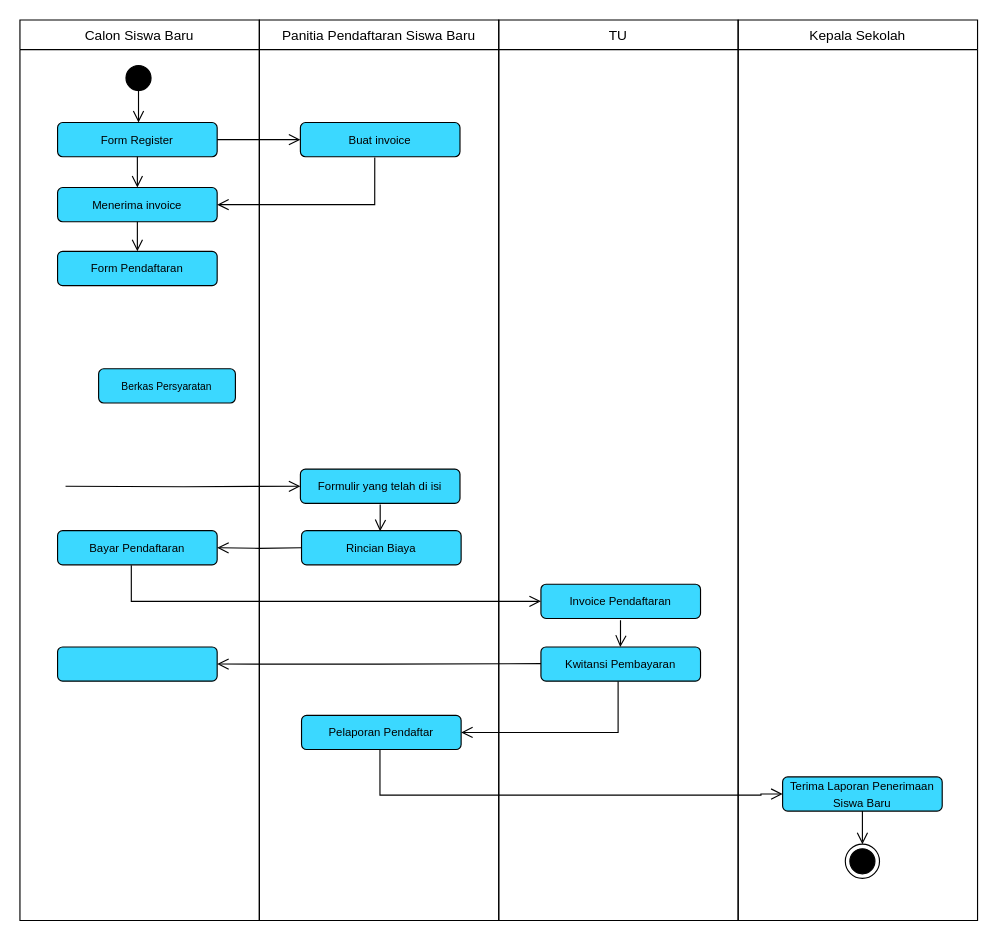
This is diagram activity baru.drawio from danangsptro/register-vhs, a draw.io file, before an edit. Source tidied: cells renumbered, new cells numbered last; positions are measured from the earlier drawing's top-left corner, leaving out a move shared by most shapes. Both pictures are drawn from the tidied source at 114%, with x=0, y=0 at pixel (19, 19).
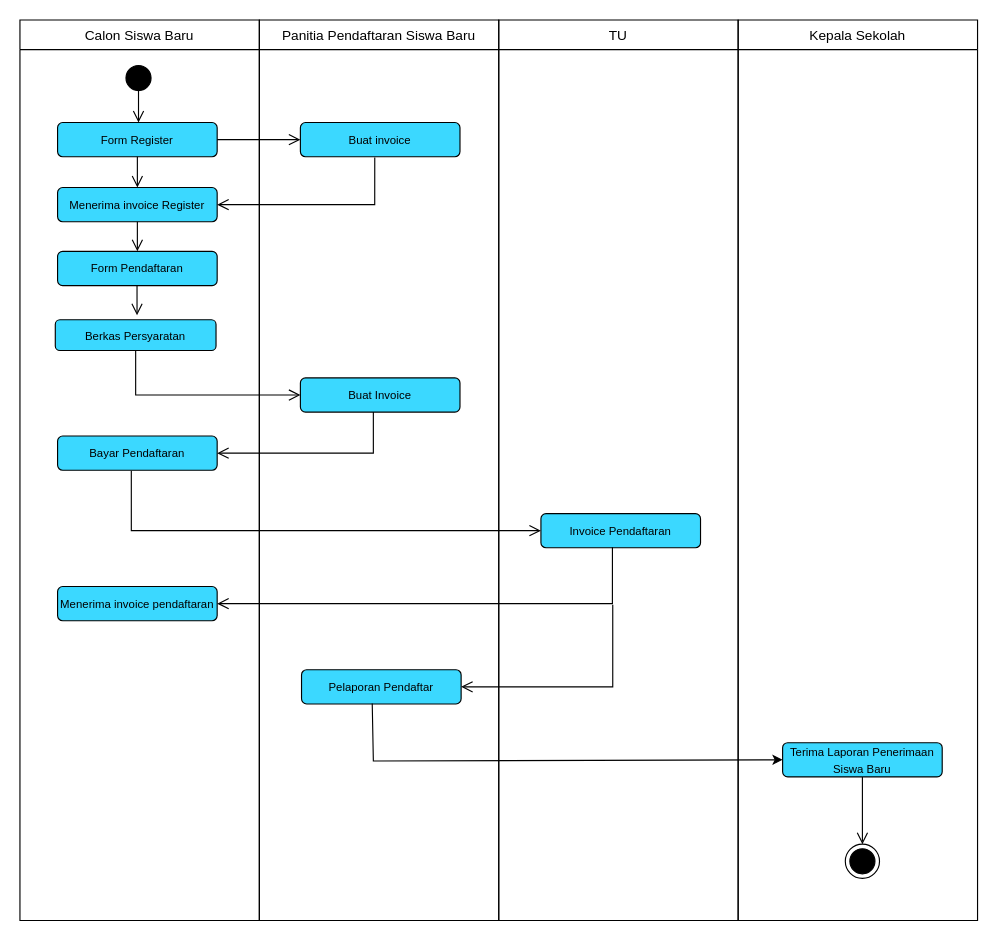
The same diagram, later.

Unchanged cells that the change refers to:
```xml
<mxCell id="2" value="Calon Siswa Baru" style="swimlane;fontStyle=0;horizontal=1;startSize=26;fillColor=none;" parent="1" vertex="1">
  <mxGeometry width="210" height="790" as="geometry" />
</mxCell>
<mxCell id="7" value="TU" style="swimlane;fontStyle=0;horizontal=1;startSize=26;fillColor=none;" parent="1" vertex="1">
  <mxGeometry x="420" width="210" height="790" as="geometry" />
</mxCell>
```

Change to the diagram source:
```diff
@@
+    <mxCell id="35" style="edgeStyle=orthogonalEdgeStyle;html=1;verticalAlign=bottom;endArrow=open;endSize=8;strokeColor=#000000;rounded=0;entryX=0.5;entryY=0;entryDx=0;entryDy=0;exitX=0.5;exitY=1;exitDx=0;exitDy=0;" parent="2" edge="1">
+      <mxGeometry relative="1" as="geometry">
+        <mxPoint x="102.7" y="233" as="sourcePoint" />
+        <mxPoint x="102.7" y="259" as="targetPoint" />
+      </mxGeometry>
+    </mxCell>
@@
-    <mxCell id="8" style="edgeStyle=orthogonalEdgeStyle;html=1;verticalAlign=bottom;endArrow=open;endSize=8;strokeColor=#000000;rounded=0;entryX=1;entryY=0.5;entryDx=0;entryDy=0;" parent="7" edge="1" target="23">
-      <mxGeometry relative="1" as="geometry">
-        <mxPoint x="104.7" y="580" as="sourcePoint" />
-        <Array as="points">
-          <mxPoint x="105" y="625" />
-        </Array>
-      </mxGeometry>
-    </mxCell>
@@
-    <mxCell id="10" value="&lt;font style=&quot;font-size: 10px;&quot;&gt;Menerima invoice&lt;/font&gt;" style="rounded=1;whiteSpace=wrap;html=1;strokeColor=default;fillColor=#3BD8FF;gradientColor=none;" parent="1" vertex="1">
+    <mxCell id="10" value="&lt;font style=&quot;font-size: 10px;&quot;&gt;Menerima invoice Register&lt;/font&gt;" style="rounded=1;whiteSpace=wrap;html=1;strokeColor=default;fillColor=#3BD8FF;gradientColor=none;" parent="1" vertex="1">
       <mxGeometry x="33" y="147" width="140" height="30" as="geometry" />
     </mxCell>
@@
-    <mxCell id="16" value="&lt;font style=&quot;font-size: 10px;&quot;&gt;Formulir yang telah di isi&lt;/font&gt;" style="rounded=1;whiteSpace=wrap;html=1;strokeColor=default;fillColor=#3BD8FF;gradientColor=none;" parent="1" vertex="1">
-      <mxGeometry x="246" y="394" width="140" height="30" as="geometry" />
+    <mxCell id="16" value="&lt;font style=&quot;font-size: 10px;&quot;&gt;Buat Invoice&lt;/font&gt;" style="rounded=1;whiteSpace=wrap;html=1;strokeColor=default;fillColor=#3BD8FF;gradientColor=none;" parent="1" vertex="1">
+      <mxGeometry x="246" y="314" width="140" height="30" as="geometry" />
     </mxCell>
-    <mxCell id="17" value="&lt;font style=&quot;font-size: 10px;&quot;&gt;Rincian Biaya&lt;/font&gt;" style="rounded=1;whiteSpace=wrap;html=1;strokeColor=default;fillColor=#3BD8FF;gradientColor=none;" parent="1" vertex="1">
-      <mxGeometry x="247" y="448" width="140" height="30" as="geometry" />
-    </mxCell>
-    <mxCell id="18" style="edgeStyle=orthogonalEdgeStyle;html=1;verticalAlign=bottom;endArrow=open;endSize=8;strokeColor=#000000;rounded=0;entryX=0.492;entryY=0.017;entryDx=0;entryDy=0;entryPerimeter=0;" parent="1" edge="1" target="17">
-      <mxGeometry relative="1" as="geometry">
-        <mxPoint x="316" y="425" as="sourcePoint" />
-        <Array as="points">
-          <mxPoint x="316" y="445" />
-        </Array>
-      </mxGeometry>
-    </mxCell>
     <mxCell id="19" value="&lt;font size=&quot;1&quot;&gt;Bayar Pendaftaran&lt;/font&gt;" style="rounded=1;whiteSpace=wrap;html=1;strokeColor=default;fillColor=#3BD8FF;gradientColor=none;" parent="1" vertex="1">
-      <mxGeometry x="33" y="448" width="140" height="30" as="geometry" />
+      <mxGeometry x="33" y="365" width="140" height="30" as="geometry" />
     </mxCell>
     <mxCell id="20" value="&lt;font size=&quot;1&quot;&gt;Invoice Pendaftaran&lt;/font&gt;" style="rounded=1;whiteSpace=wrap;html=1;strokeColor=default;fillColor=#3BD8FF;gradientColor=none;" parent="1" vertex="1">
-      <mxGeometry x="457" y="495" width="140" height="30" as="geometry" />
+      <mxGeometry x="457" y="433" width="140" height="30" as="geometry" />
     </mxCell>
-    <mxCell id="21" value="&lt;font size=&quot;1&quot;&gt;Kwitansi Pembayaran&lt;/font&gt;" style="rounded=1;whiteSpace=wrap;html=1;strokeColor=default;fillColor=#3BD8FF;gradientColor=none;" parent="1" vertex="1">
-      <mxGeometry x="457" y="550" width="140" height="30" as="geometry" />
-    </mxCell>
-    <mxCell id="22" style="rounded=1;whiteSpace=wrap;html=1;strokeColor=default;fillColor=#3BD8FF;gradientColor=none;" parent="1" vertex="1">
-      <mxGeometry x="33" y="550" width="140" height="30" as="geometry" />
+    <mxCell id="22" value="&lt;font style=&quot;font-size: 10px;&quot;&gt;Menerima invoice pendaftaran&lt;/font&gt;" style="rounded=1;whiteSpace=wrap;html=1;strokeColor=default;fillColor=#3BD8FF;gradientColor=none;" parent="1" vertex="1">
+      <mxGeometry x="33" y="497" width="140" height="30" as="geometry" />
     </mxCell>
     <mxCell id="23" value="&lt;font style=&quot;font-size: 10px;&quot;&gt;Pelaporan Pendaftar&lt;/font&gt;" style="rounded=1;whiteSpace=wrap;html=1;strokeColor=default;fillColor=#3BD8FF;gradientColor=none;" parent="1" vertex="1">
-      <mxGeometry x="247" y="610" width="140" height="30" as="geometry" />
+      <mxGeometry x="247" y="570" width="140" height="30" as="geometry" />
     </mxCell>
     <mxCell id="24" value="&lt;font style=&quot;font-size: 10px;&quot;&gt;Terima Laporan Penerimaan Siswa Baru&lt;/font&gt;" style="rounded=1;whiteSpace=wrap;html=1;strokeColor=default;fillColor=#3BD8FF;gradientColor=none;" parent="1" vertex="1">
-      <mxGeometry x="669" y="664" width="140" height="30" as="geometry" />
+      <mxGeometry x="669" y="634" width="140" height="30" as="geometry" />
     </mxCell>
@@
-    <mxCell id="28" value="&lt;font style=&quot;font-size: 9px;&quot;&gt;Berkas Persyaratan&lt;/font&gt;" style="rounded=1;whiteSpace=wrap;html=1;strokeColor=default;fillColor=#3BD8FF;gradientColor=none;" parent="1" vertex="1">
-      <mxGeometry x="69" y="306" width="120" height="30" as="geometry" />
+    <mxCell id="28" value="&lt;font style=&quot;font-size: 10px;&quot;&gt;Berkas Persyaratan&lt;/font&gt;" style="rounded=1;whiteSpace=wrap;html=1;strokeColor=default;fillColor=#3BD8FF;gradientColor=none;" parent="1" vertex="1">
+      <mxGeometry x="31" y="263" width="141" height="27" as="geometry" />
     </mxCell>
-    <mxCell id="29" style="edgeStyle=orthogonalEdgeStyle;html=1;verticalAlign=bottom;endArrow=open;endSize=8;strokeColor=#000000;rounded=0;entryX=0;entryY=0.5;entryDx=0;entryDy=0;" parent="1" edge="1" target="16">
-      <mxGeometry relative="1" as="geometry">
-        <mxPoint x="40" y="409" as="sourcePoint" />
-      </mxGeometry>
+    <mxCell id="29" style="edgeStyle=orthogonalEdgeStyle;html=1;verticalAlign=bottom;endArrow=open;endSize=8;strokeColor=#000000;rounded=0;entryX=0;entryY=0.5;entryDx=0;entryDy=0;exitX=0.5;exitY=1;exitDx=0;exitDy=0;" parent="1" edge="1" source="28" target="16">
+      <mxGeometry relative="1" as="geometry" />
     </mxCell>
-    <mxCell id="30" style="edgeStyle=orthogonalEdgeStyle;html=1;verticalAlign=bottom;endArrow=open;endSize=8;strokeColor=#000000;rounded=0;entryX=1;entryY=0.5;entryDx=0;entryDy=0;" parent="1" edge="1" target="19">
+    <mxCell id="30" style="edgeStyle=orthogonalEdgeStyle;html=1;verticalAlign=bottom;endArrow=open;endSize=8;strokeColor=#000000;rounded=0;entryX=1;entryY=0.5;entryDx=0;entryDy=0;" parent="1" edge="1" source="16" target="19">
       <mxGeometry relative="1" as="geometry">
-        <mxPoint x="247" y="463" as="sourcePoint" />
+        <Array as="points">
+          <mxPoint x="310" y="380" />
+        </Array>
       </mxGeometry>
     </mxCell>
@@
-    <mxCell id="32" style="edgeStyle=orthogonalEdgeStyle;html=1;verticalAlign=bottom;endArrow=open;endSize=8;strokeColor=#000000;rounded=0;entryX=0.492;entryY=0.017;entryDx=0;entryDy=0;entryPerimeter=0;" parent="1" edge="1">
-      <mxGeometry relative="1" as="geometry">
-        <mxPoint x="526.8" y="526.5" as="sourcePoint" />
-        <mxPoint x="526.6" y="550" as="targetPoint" />
-        <Array as="points">
-          <mxPoint x="526.8" y="546.5" />
-        </Array>
-      </mxGeometry>
-    </mxCell>
-    <mxCell id="33" style="edgeStyle=orthogonalEdgeStyle;html=1;verticalAlign=bottom;endArrow=open;endSize=8;strokeColor=#000000;rounded=0;entryX=1;entryY=0.5;entryDx=0;entryDy=0;" parent="1" edge="1" target="22">
-      <mxGeometry relative="1" as="geometry">
-        <mxPoint x="457" y="564.6" as="sourcePoint" />
-      </mxGeometry>
+    <mxCell id="33" style="edgeStyle=orthogonalEdgeStyle;html=1;verticalAlign=bottom;endArrow=open;endSize=8;strokeColor=#000000;rounded=0;entryX=1;entryY=0.5;entryDx=0;entryDy=0;exitX=0.448;exitY=0.986;exitDx=0;exitDy=0;exitPerimeter=0;" parent="1" edge="1" source="20" target="22">
+      <mxGeometry relative="1" as="geometry" />
     </mxCell>
-    <mxCell id="34" style="edgeStyle=orthogonalEdgeStyle;html=1;verticalAlign=bottom;endArrow=open;endSize=8;strokeColor=#000000;rounded=0;entryX=0;entryY=0.5;entryDx=0;entryDy=0;" parent="1" edge="1" target="24">
-      <mxGeometry relative="1" as="geometry">
-        <mxPoint x="315.8" y="640" as="sourcePoint" />
-        <Array as="points">
-          <mxPoint x="316" y="680" />
-          <mxPoint x="650" y="680" />
-          <mxPoint x="650" y="679" />
-        </Array>
-      </mxGeometry>
-    </mxCell>
+    <mxCell id="36" style="edgeStyle=orthogonalEdgeStyle;html=1;verticalAlign=bottom;endArrow=open;endSize=8;strokeColor=#000000;rounded=0;entryX=1;entryY=0.5;entryDx=0;entryDy=0;" parent="1" edge="1" target="23">
+      <mxGeometry relative="1" as="geometry">
+        <mxPoint x="520" y="513" as="sourcePoint" />
+        <Array as="points">
+          <mxPoint x="520" y="585" />
+        </Array>
+      </mxGeometry>
+    </mxCell>
+    <mxCell id="37" style="endArrow=classic;html=1;rounded=0;fontSize=10;entryX=0;entryY=0.5;entryDx=0;entryDy=0;exitX=0.443;exitY=0.99;exitDx=0;exitDy=0;exitPerimeter=0;" parent="1" edge="1" source="23" target="24">
+      <mxGeometry relative="1" as="geometry">
+        <Array as="points">
+          <mxPoint x="310" y="650" />
+        </Array>
+      </mxGeometry>
+    </mxCell>
```
